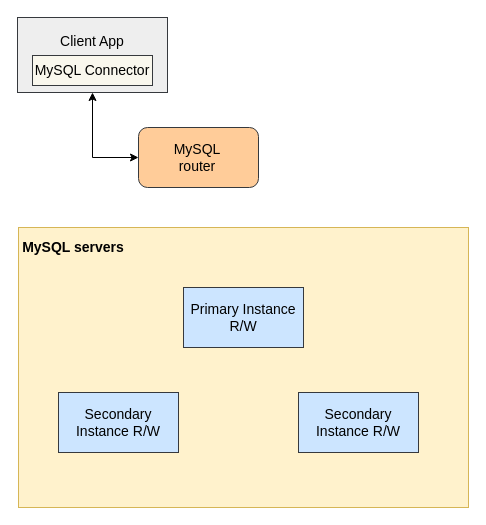
This is diagram/dashb_diagram.drawio from numnimjun/diagram, a draw.io file, before an edit. Source tidied: cells renumbered, new cells numbered last; positions are measured from the earlier drawing's top-left corner, leaving out a move shared by most shapes. Both pictures are drawn from the tidied source at 100%, with x=0, y=0 at pixel (17, 17).
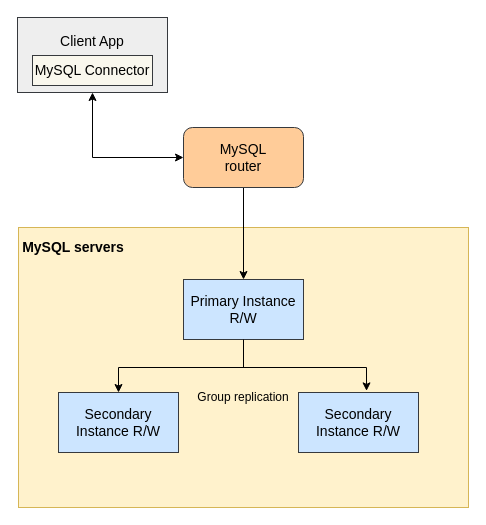
Above is the later version.

The change refers to these unchanged cells:
```xml
<mxCell id="8" value="Secondary Instance R/W" style="text;html=1;strokeColor=#36393d;fillColor=#cce5ff;align=center;verticalAlign=middle;whiteSpace=wrap;rounded=0;fontSize=14;" parent="1" vertex="1">
  <mxGeometry x="41" y="375" width="120" height="60" as="geometry" />
</mxCell>
<mxCell id="9" value="Secondary Instance R/W" style="text;html=1;strokeColor=#36393d;fillColor=#cce5ff;align=center;verticalAlign=middle;whiteSpace=wrap;rounded=0;fontSize=14;" parent="1" vertex="1">
  <mxGeometry x="281" y="375" width="120" height="60" as="geometry" />
</mxCell>
```

What changed in the source:
```diff
@@
     <mxCell id="7" value="Primary Instance R/W" style="text;html=1;strokeColor=#36393d;fillColor=#cce5ff;align=center;verticalAlign=middle;whiteSpace=wrap;rounded=0;fontSize=14;" parent="1" vertex="1">
-      <mxGeometry x="166" y="270" width="120" height="60" as="geometry" />
+      <mxGeometry x="166" y="262" width="120" height="60" as="geometry" />
     </mxCell>
@@
+    <mxCell id="13" style="edgeStyle=orthogonalEdgeStyle;rounded=0;jettySize=auto;html=1;entryX=0.5;entryY=0;entryDx=0;entryDy=0;" parent="1" edge="1" source="11" target="7">
+      <mxGeometry relative="1" as="geometry" />
+    </mxCell>
     <mxCell id="11" style="rounded=1;whiteSpace=wrap;html=1;fontSize=14;fillColor=#ffcc99;strokeColor=#36393d;" parent="1" vertex="1">
-      <mxGeometry x="121" y="110" width="120" height="60" as="geometry" />
+      <mxGeometry x="166" y="110" width="120" height="60" as="geometry" />
     </mxCell>
     <mxCell id="12" value="MySQL router" style="text;html=1;strokeColor=none;fillColor=none;align=center;verticalAlign=middle;whiteSpace=wrap;rounded=0;fontSize=14;" parent="1" vertex="1">
-      <mxGeometry x="150" y="125" width="60" height="30" as="geometry" />
+      <mxGeometry x="196" y="125" width="60" height="30" as="geometry" />
     </mxCell>
+    <mxCell id="14" style="endArrow=classic;startArrow=classic;html=1;rounded=0;entryX=0.567;entryY=-0.027;entryDx=0;entryDy=0;entryPerimeter=0;exitX=0.5;exitY=0;exitDx=0;exitDy=0;" parent="1" edge="1" source="8" target="9">
+      <mxGeometry relative="1" as="geometry">
+        <Array as="points">
+          <mxPoint x="101" y="350" />
+          <mxPoint x="349" y="350" />
+        </Array>
+      </mxGeometry>
+    </mxCell>
+    <mxCell id="15" style="endArrow=none;html=1;rounded=0;entryX=0.5;entryY=1;entryDx=0;entryDy=0;" parent="1" edge="1" target="7">
+      <mxGeometry relative="1" as="geometry">
+        <mxPoint x="226" y="350" as="sourcePoint" />
+      </mxGeometry>
+    </mxCell>
+    <mxCell id="16" value="Group replication" style="text;html=1;strokeColor=none;fillColor=none;align=center;verticalAlign=middle;whiteSpace=wrap;rounded=0;" parent="1" vertex="1">
+      <mxGeometry x="166" y="360" width="120" height="40" as="geometry" />
+    </mxCell>
```
